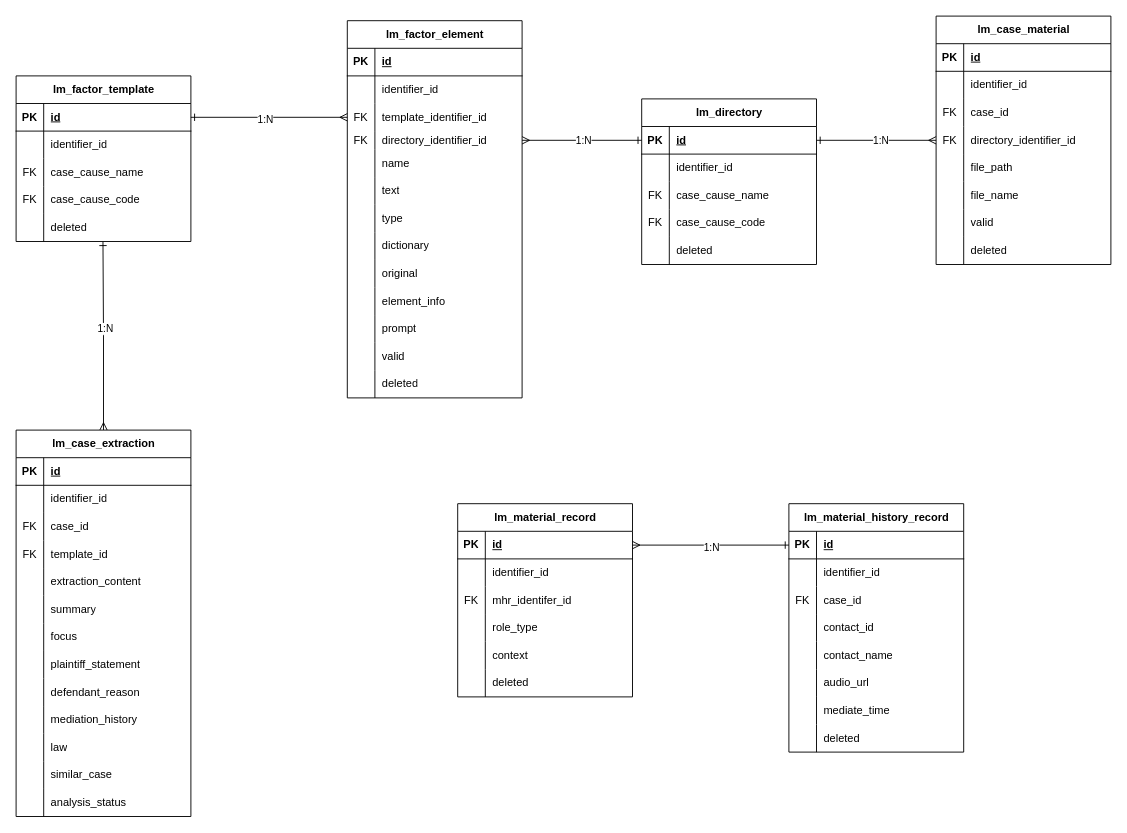
Before: page "Page-1" (1 of 2) of 实体ER图.drawio in Lainy0605/graduate, a draw.io diagram. Source tidied: cells renumbered, new cells numbered last; positions are measured from the earlier drawing's top-left corner, leaving out a move shared by most shapes. Both pictures are drawn from the tidied source at 92%, with x=0, y=0 at pixel (16, 16).
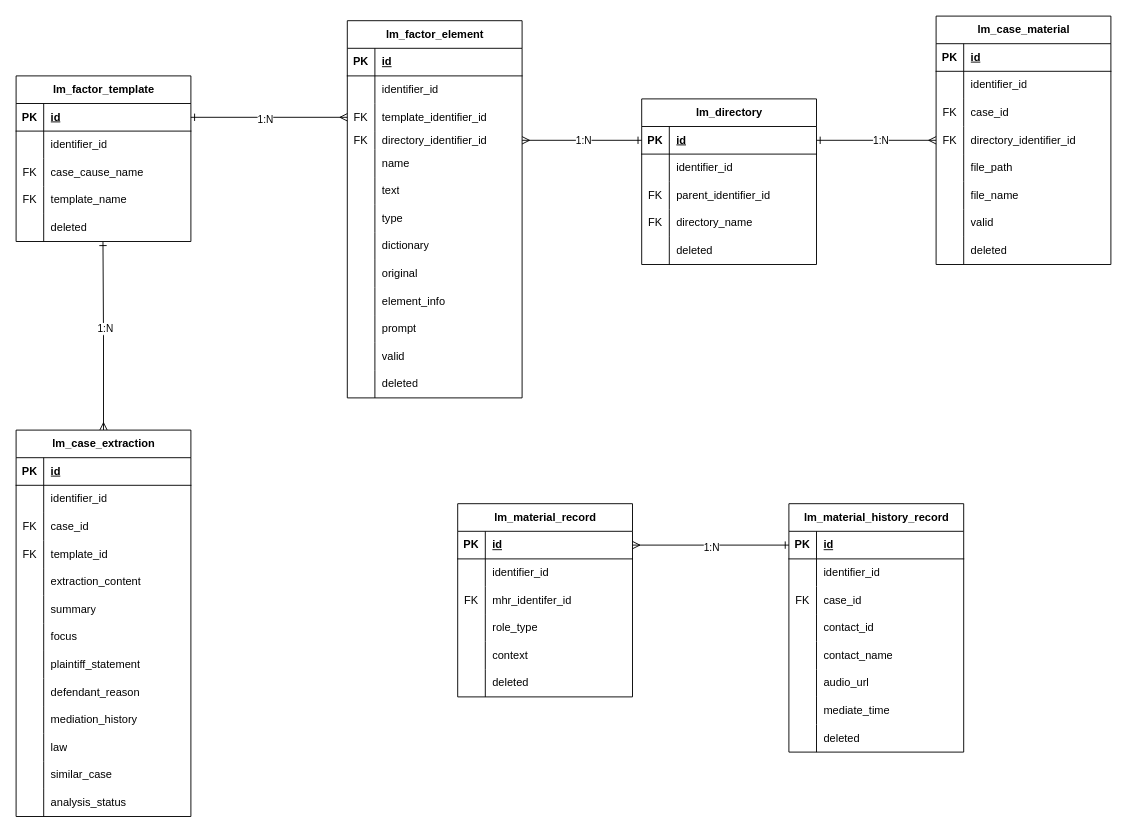
After the change.

Commit message (it also covers changes not shown here):
更新实体ER图.drawio

Unchanged cells that the change refers to:
```xml
<mxCell id="94" style="shape=tableRow;horizontal=0;startSize=0;swimlaneHead=0;swimlaneBody=0;fillColor=none;top=0;left=0;right=0;bottom=0;" parent="84" vertex="1">
  <mxGeometry y="120" width="190" height="30" as="geometry" />
</mxCell>
<mxCell id="107" style="shape=tableRow;horizontal=0;startSize=0;swimlaneHead=0;swimlaneBody=0;fillColor=none;top=0;left=0;right=0;bottom=0;" parent="100" vertex="1">
  <mxGeometry y="90" width="190" height="30" as="geometry" />
</mxCell>
<mxCell id="110" style="shape=tableRow;horizontal=0;startSize=0;swimlaneHead=0;swimlaneBody=0;fillColor=none;top=0;left=0;right=0;bottom=0;" parent="100" vertex="1">
  <mxGeometry y="120" width="190" height="30" as="geometry" />
</mxCell>
```

Diff of the diagram source:
```diff
@@
-    <mxCell id="96" value="case_cause_code" style="shape=partialRectangle;fillColor=none;top=0;left=0;bottom=0;right=0;align=left;spacingLeft=6;overflow=hidden;whiteSpace=wrap;html=1;" parent="94" vertex="1">
+    <mxCell id="96" value="template_name" style="shape=partialRectangle;fillColor=none;top=0;left=0;bottom=0;right=0;align=left;spacingLeft=6;overflow=hidden;whiteSpace=wrap;html=1;" parent="94" vertex="1">
       <mxGeometry x="30" width="160" height="30" as="geometry" />
     </mxCell>
@@
-    <mxCell id="109" value="case_cause_name" style="shape=partialRectangle;fillColor=none;top=0;left=0;bottom=0;right=0;align=left;spacingLeft=6;overflow=hidden;whiteSpace=wrap;html=1;" parent="107" vertex="1">
-      <mxGeometry x="30" width="160" height="30" as="geometry" />
-    </mxCell>
+    <mxCell id="193" value="parent_identifier_id" style="shape=partialRectangle;fillColor=none;top=0;left=0;bottom=0;right=0;align=left;spacingLeft=6;overflow=hidden;whiteSpace=wrap;html=1;" parent="107" vertex="1">
+      <mxGeometry x="30" width="160" height="30" as="geometry" />
+    </mxCell>
@@
-    <mxCell id="112" value="case_cause_code" style="shape=partialRectangle;fillColor=none;top=0;left=0;bottom=0;right=0;align=left;spacingLeft=6;overflow=hidden;whiteSpace=wrap;html=1;" parent="110" vertex="1">
+    <mxCell id="112" value="directory_name" style="shape=partialRectangle;fillColor=none;top=0;left=0;bottom=0;right=0;align=left;spacingLeft=6;overflow=hidden;whiteSpace=wrap;html=1;" parent="110" vertex="1">
       <mxGeometry x="30" width="160" height="30" as="geometry" />
     </mxCell>
```
